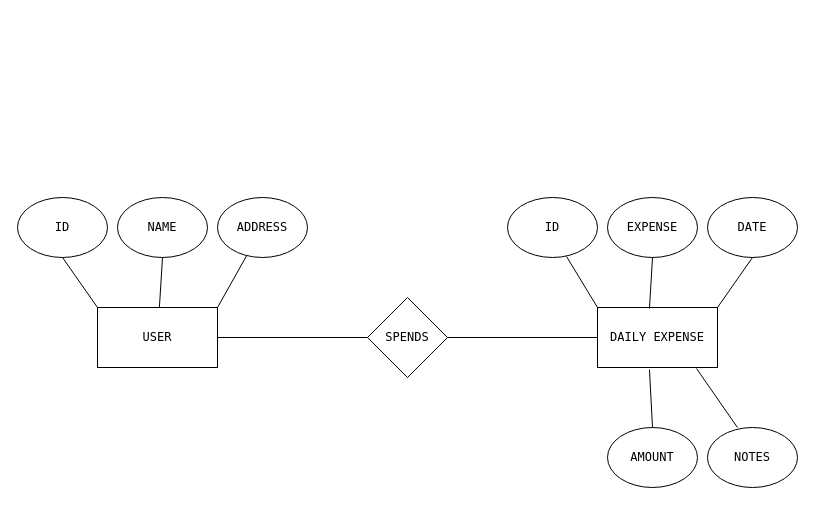
Shannspan/clg-nodejs-8 keeps this draw.io diagram as ERD-nodejs-8.drawio. Above is the earlier version. Source tidied: cells renumbered, new cells numbered last; positions are measured from the earlier drawing's top-left corner, leaving out a move shared by most shapes. Both pictures are drawn from the tidied source at 100%, with x=0, y=0 at pixel (17, 197).
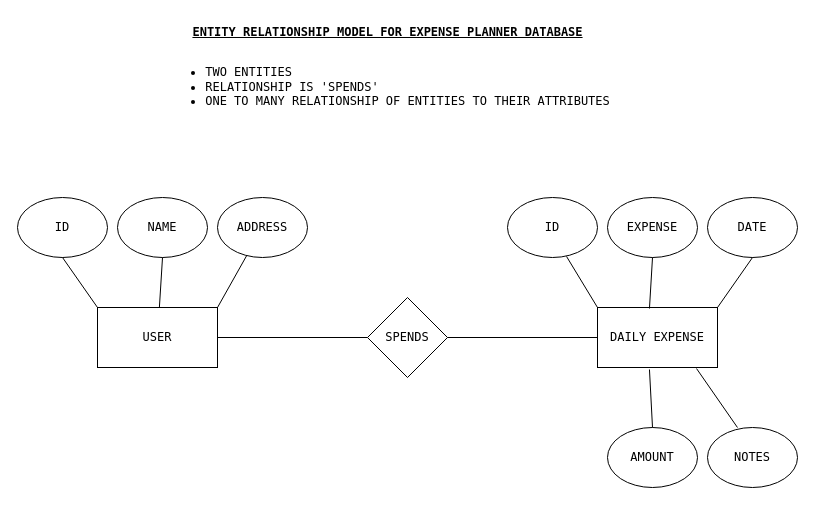
The same page after the edit.

The edit, as a diff of the source:
```diff
@@
+    <mxCell id="23" value="&lt;u&gt;&lt;b&gt;ENTITY RELATIONSHIP MODEL FOR EXPENSE PLANNER DATABASE&lt;/b&gt;&lt;/u&gt;&lt;br&gt;&lt;br&gt;&lt;div style=&quot;text-align: left;&quot;&gt;&lt;ul&gt;&lt;li&gt;&lt;span style=&quot;background-color: initial;&quot;&gt;TWO ENTITIES&amp;nbsp;&lt;/span&gt;&lt;/li&gt;&lt;li&gt;&lt;span style=&quot;background-color: initial;&quot;&gt;RELATIONSHIP IS 'SPENDS'&lt;/span&gt;&lt;/li&gt;&lt;li&gt;&lt;span style=&quot;background-color: initial;&quot;&gt;ONE TO MANY RELATIONSHIP OF ENTITIES TO THEIR ATTRIBUTES&lt;/span&gt;&lt;/li&gt;&lt;/ul&gt;&lt;/div&gt;" style="text;html=1;align=center;verticalAlign=middle;strokeColor=none;fillColor=none;fontFamily=Lucida Console;" parent="1" vertex="1">
+      <mxGeometry x="135" y="-180" width="470" height="110" as="geometry" />
+    </mxCell>
```
